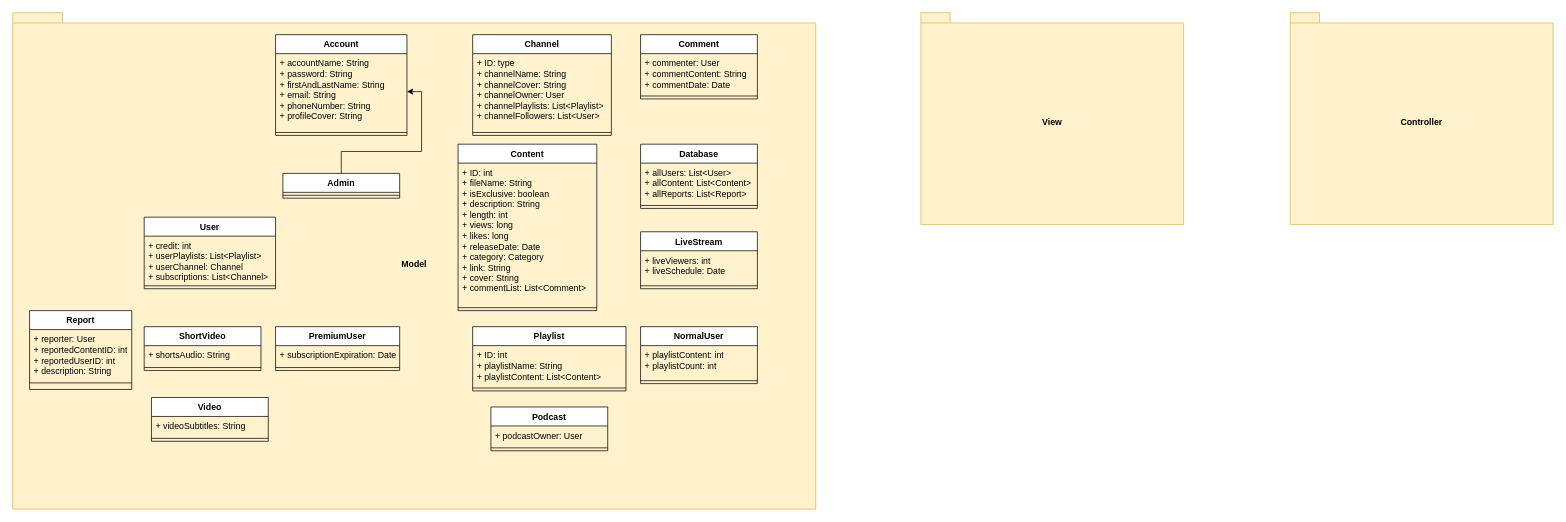
Before: Video Player.drawio in DanDCool/UML-graph-for-the-Video-Player-project, a draw.io diagram. Source tidied: cells renumbered, new cells numbered last; positions are measured from the earlier drawing's top-left corner, leaving out a move shared by most shapes. Both pictures are drawn from the tidied source at 73%, with x=0, y=0 at pixel (12, 12).
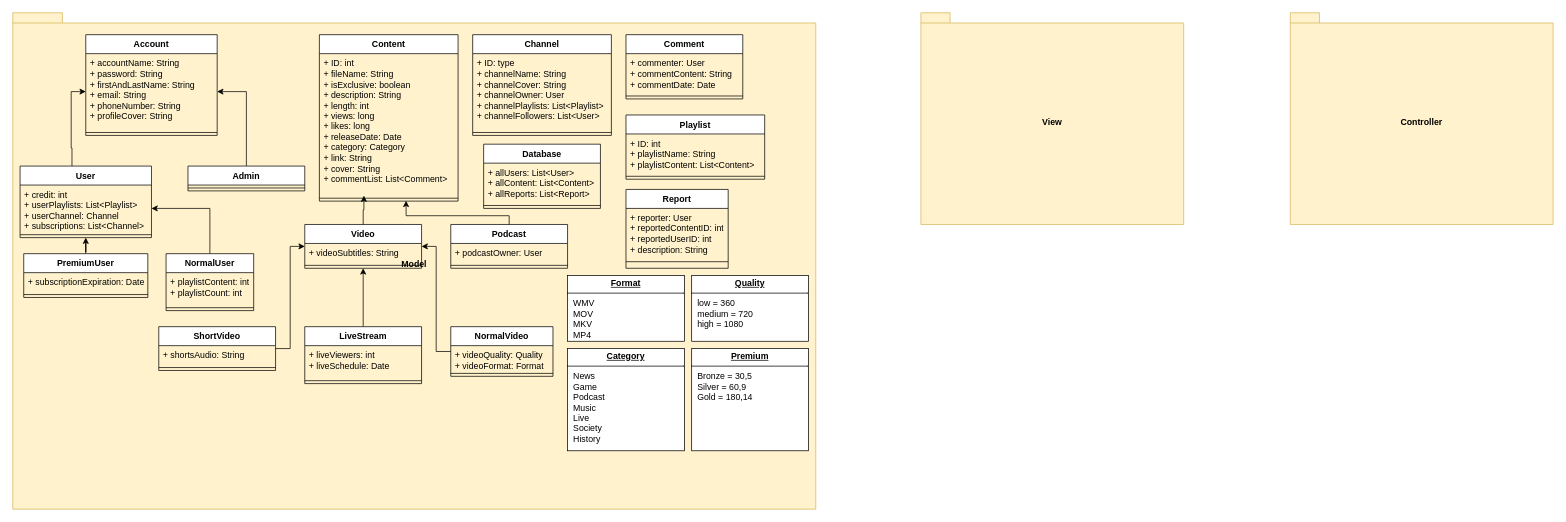
Above is the later version.

Commit message:
Added Enums and Inheritance

Unchanged cells that the change refers to:
```xml
<mxCell id="6" value="+ accountName: String&lt;div&gt;+ password:&amp;nbsp;&lt;span style=&quot;background-color: transparent; color: light-dark(rgb(0, 0, 0), rgb(255, 255, 255));&quot;&gt;String&lt;/span&gt;&lt;/div&gt;&lt;div&gt;+ firstAndLastName:&amp;nbsp;&lt;span style=&quot;background-color: transparent; color: light-dark(rgb(0, 0, 0), rgb(255, 255, 255));&quot;&gt;String&lt;/span&gt;&lt;/div&gt;&lt;div&gt;+ email:&amp;nbsp;&lt;span style=&quot;background-color: transparent; color: light-dark(rgb(0, 0, 0), rgb(255, 255, 255));&quot;&gt;String&lt;/span&gt;&lt;/div&gt;&lt;div&gt;+ phoneNumber:&amp;nbsp;&lt;span style=&quot;background-color: transparent; color: light-dark(rgb(0, 0, 0), rgb(255, 255, 255));&quot;&gt;String&lt;/span&gt;&lt;/div&gt;&lt;div&gt;+ profileCover:&amp;nbsp;&lt;span style=&quot;background-color: transparent; color: light-dark(rgb(0, 0, 0), rgb(255, 255, 255));&quot;&gt;String&lt;/span&gt;&lt;/div&gt;" style="text;strokeColor=none;fillColor=none;align=left;verticalAlign=top;spacingLeft=4;spacingRight=4;overflow=hidden;points=[[0,0.5],[1,0.5]];portConstraint=eastwest;whiteSpace=wrap;html=1;" parent="5" vertex="1">
  <mxGeometry y="26" width="180" height="104" as="geometry" />
</mxCell>
<mxCell id="18" value="+ ID: int&lt;div&gt;+ fileName: String&lt;/div&gt;&lt;div&gt;+ isExclusive: boolean&lt;/div&gt;&lt;div&gt;+ description: String&lt;/div&gt;&lt;div&gt;+ length: int&lt;/div&gt;&lt;div&gt;+ views: long&lt;/div&gt;&lt;div&gt;+ likes: long&lt;/div&gt;&lt;div&gt;+ releaseDate: Date&lt;/div&gt;&lt;div&gt;+ category: Category&lt;/div&gt;&lt;div&gt;+ link: String&lt;/div&gt;&lt;div&gt;+ cover: String&lt;/div&gt;&lt;div&gt;+ commentList: List&amp;lt;Comment&amp;gt;&lt;/div&gt;" style="text;strokeColor=none;fillColor=none;align=left;verticalAlign=top;spacingLeft=4;spacingRight=4;overflow=hidden;points=[[0,0.5],[1,0.5]];portConstraint=eastwest;whiteSpace=wrap;html=1;" parent="17" vertex="1">
  <mxGeometry y="26" width="190" height="194" as="geometry" />
</mxCell>
<mxCell id="19" style="line;strokeWidth=1;fillColor=none;align=left;verticalAlign=middle;spacingTop=-1;spacingLeft=3;spacingRight=3;labelPosition=right;points=[];portConstraint=eastwest;strokeColor=inherit;" parent="17" vertex="1">
  <mxGeometry y="220" width="190" height="8" as="geometry" />
</mxCell>
<mxCell id="45" value="+ credit: int&lt;div&gt;+ userPlaylists: List&amp;lt;Playlist&amp;gt;&lt;/div&gt;&lt;div&gt;+ userChannel: Channel&lt;/div&gt;&lt;div&gt;+ subscriptions: List&amp;lt;Channel&amp;gt;&lt;/div&gt;" style="text;strokeColor=none;fillColor=none;align=left;verticalAlign=top;spacingLeft=4;spacingRight=4;overflow=hidden;points=[[0,0.5],[1,0.5]];portConstraint=eastwest;whiteSpace=wrap;html=1;" parent="44" vertex="1">
  <mxGeometry y="26" width="180" height="64" as="geometry" />
</mxCell>
```

Diff of the diagram source:
```diff
@@
     <mxCell id="5" value="Account" style="swimlane;fontStyle=1;align=center;verticalAlign=top;horizontal=1;startSize=26;whiteSpace=wrap;html=1;" parent="1" vertex="1">
-      <mxGeometry x="360" y="30" width="180" height="138" as="geometry" />
+      <mxGeometry x="100" y="30" width="180" height="138" as="geometry" />
     </mxCell>
@@
     <mxCell id="9" value="Admin&lt;div&gt;&lt;br&gt;&lt;/div&gt;" style="swimlane;fontStyle=1;align=center;verticalAlign=top;horizontal=1;startSize=26;whiteSpace=wrap;html=1;" parent="1" vertex="1">
-      <mxGeometry x="370" y="220" width="160" height="34" as="geometry" />
+      <mxGeometry x="240" y="210" width="160" height="34" as="geometry" />
     </mxCell>
@@
     <mxCell id="14" value="Comment" style="swimlane;fontStyle=1;align=center;verticalAlign=top;horizontal=1;startSize=26;whiteSpace=wrap;html=1;" parent="1" vertex="1">
-      <mxGeometry x="860" y="30" width="160" height="88" as="geometry" />
+      <mxGeometry x="840" y="30" width="160" height="88" as="geometry" />
     </mxCell>
@@
     <mxCell id="17" value="Content&lt;div&gt;&lt;br&gt;&lt;/div&gt;" style="swimlane;fontStyle=1;align=center;verticalAlign=top;horizontal=1;startSize=26;whiteSpace=wrap;html=1;" parent="1" vertex="1">
-      <mxGeometry x="610" y="180" width="190" height="228" as="geometry" />
+      <mxGeometry x="420" y="30" width="190" height="228" as="geometry" />
     </mxCell>
@@
     <mxCell id="20" value="Database" style="swimlane;fontStyle=1;align=center;verticalAlign=top;horizontal=1;startSize=26;whiteSpace=wrap;html=1;" parent="1" vertex="1">
-      <mxGeometry x="860" y="180" width="160" height="88" as="geometry" />
+      <mxGeometry x="645" y="180" width="160" height="88" as="geometry" />
     </mxCell>
@@
+    <mxCell id="50" style="edgeStyle=orthogonalEdgeStyle;rounded=0;jettySize=auto;html=1;entryX=0.5;entryY=1;entryDx=0;entryDy=0;" parent="1" edge="1" source="23" target="47">
+      <mxGeometry relative="1" as="geometry" />
+    </mxCell>
     <mxCell id="23" value="LiveStream" style="swimlane;fontStyle=1;align=center;verticalAlign=top;horizontal=1;startSize=26;whiteSpace=wrap;html=1;" parent="1" vertex="1">
-      <mxGeometry x="860" y="300" width="160" height="78" as="geometry" />
+      <mxGeometry x="400" y="430" width="160" height="78" as="geometry" />
     </mxCell>
@@
+    <mxCell id="51" style="edgeStyle=orthogonalEdgeStyle;rounded=0;jettySize=auto;html=1;entryX=1;entryY=0.5;entryDx=0;entryDy=0;" parent="1" edge="1" source="26" target="45">
+      <mxGeometry relative="1" as="geometry" />
+    </mxCell>
     <mxCell id="26" value="NormalUser" style="swimlane;fontStyle=1;align=center;verticalAlign=top;horizontal=1;startSize=26;whiteSpace=wrap;html=1;" parent="1" vertex="1">
-      <mxGeometry x="860" y="430" width="160" height="78" as="geometry" />
+      <mxGeometry x="210" y="330" width="120" height="78" as="geometry" />
     </mxCell>
     <mxCell id="27" value="+ playlistContent: int&lt;div&gt;+ playlistCount: int&lt;/div&gt;" style="text;strokeColor=none;fillColor=none;align=left;verticalAlign=top;spacingLeft=4;spacingRight=4;overflow=hidden;whiteSpace=wrap;html=1;" parent="26" vertex="1">
-      <mxGeometry y="26" width="160" height="44" as="geometry" />
+      <mxGeometry y="26" width="120" height="44" as="geometry" />
     </mxCell>
     <mxCell id="28" style="line;strokeWidth=1;fillColor=none;align=left;verticalAlign=middle;spacingTop=-1;spacingLeft=3;spacingRight=3;labelPosition=right;strokeColor=inherit;" parent="26" vertex="1">
-      <mxGeometry y="70" width="160" height="8" as="geometry" />
+      <mxGeometry y="70" width="120" height="8" as="geometry" />
     </mxCell>
     <mxCell id="29" value="Playlist" style="swimlane;fontStyle=1;align=center;verticalAlign=top;horizontal=1;startSize=26;whiteSpace=wrap;html=1;" parent="1" vertex="1">
-      <mxGeometry x="630" y="430" width="210" height="88" as="geometry" />
+      <mxGeometry x="840" y="140" width="190" height="88" as="geometry" />
     </mxCell>
     <mxCell id="30" value="+ ID: int&lt;div&gt;+ playlistName: String&lt;/div&gt;&lt;div&gt;+ playlistContent: List&amp;lt;Content&amp;gt;&lt;/div&gt;" style="text;strokeColor=none;fillColor=none;align=left;verticalAlign=top;spacingLeft=4;spacingRight=4;overflow=hidden;whiteSpace=wrap;html=1;" parent="29" vertex="1">
-      <mxGeometry y="26" width="210" height="54" as="geometry" />
+      <mxGeometry y="26" width="190" height="54" as="geometry" />
     </mxCell>
     <mxCell id="31" style="line;strokeWidth=1;fillColor=none;align=left;verticalAlign=middle;spacingTop=-1;spacingLeft=3;spacingRight=3;labelPosition=right;strokeColor=inherit;" parent="29" vertex="1">
-      <mxGeometry y="80" width="210" height="8" as="geometry" />
+      <mxGeometry y="80" width="190" height="8" as="geometry" />
     </mxCell>
     <mxCell id="32" value="Podcast" style="swimlane;fontStyle=1;align=center;verticalAlign=top;horizontal=1;startSize=26;whiteSpace=wrap;html=1;" parent="1" vertex="1">
-      <mxGeometry x="655" y="540" width="160" height="60" as="geometry" />
+      <mxGeometry x="600" y="290" width="160" height="60" as="geometry" />
     </mxCell>
@@
+    <mxCell id="52" style="edgeStyle=orthogonalEdgeStyle;rounded=0;jettySize=auto;html=1;entryX=0.5;entryY=1;entryDx=0;entryDy=0;" parent="1" edge="1" source="35" target="44">
+      <mxGeometry relative="1" as="geometry" />
+    </mxCell>
     <mxCell id="35" value="PremiumUser" style="swimlane;fontStyle=1;align=center;verticalAlign=top;horizontal=1;startSize=26;whiteSpace=wrap;html=1;" parent="1" vertex="1">
-      <mxGeometry x="360" y="430" width="170" height="60" as="geometry" />
+      <mxGeometry x="15" y="330" width="170" height="60" as="geometry" />
     </mxCell>
@@
     <mxCell id="38" value="Report" style="swimlane;fontStyle=1;align=center;verticalAlign=top;horizontal=1;startSize=26;whiteSpace=wrap;html=1;" parent="1" vertex="1">
-      <mxGeometry x="23" y="408" width="140" height="108" as="geometry" />
+      <mxGeometry x="840" y="242" width="140" height="108" as="geometry" />
     </mxCell>
@@
+    <mxCell id="53" style="edgeStyle=orthogonalEdgeStyle;rounded=0;jettySize=auto;html=1;entryX=0;entryY=0.5;entryDx=0;entryDy=0;" parent="1" edge="1" source="41" target="47">
+      <mxGeometry relative="1" as="geometry">
+        <Array as="points">
+          <mxPoint x="380" y="460" />
+          <mxPoint x="380" y="320" />
+        </Array>
+      </mxGeometry>
+    </mxCell>
     <mxCell id="41" value="ShortVideo" style="swimlane;fontStyle=1;align=center;verticalAlign=top;horizontal=1;startSize=26;whiteSpace=wrap;html=1;" parent="1" vertex="1">
-      <mxGeometry x="180" y="430" width="160" height="60" as="geometry" />
+      <mxGeometry x="200" y="430" width="160" height="60" as="geometry" />
     </mxCell>
@@
+    <mxCell id="54" style="edgeStyle=orthogonalEdgeStyle;rounded=0;jettySize=auto;html=1;entryX=0;entryY=0.5;entryDx=0;entryDy=0;exitX=0.395;exitY=0.029;exitDx=0;exitDy=0;exitPerimeter=0;" parent="1" edge="1" source="44" target="6">
+      <mxGeometry relative="1" as="geometry">
+        <Array as="points">
+          <mxPoint x="80" y="185" />
+          <mxPoint x="80" y="108" />
+        </Array>
+      </mxGeometry>
+    </mxCell>
     <mxCell id="44" value="User" style="swimlane;fontStyle=1;align=center;verticalAlign=top;horizontal=1;startSize=26;whiteSpace=wrap;html=1;" parent="1" vertex="1">
-      <mxGeometry x="180" y="280" width="180" height="98" as="geometry" />
+      <mxGeometry x="10" y="210" width="180" height="98" as="geometry" />
     </mxCell>
@@
     <mxCell id="47" value="Video" style="swimlane;fontStyle=1;align=center;verticalAlign=top;horizontal=1;startSize=26;whiteSpace=wrap;html=1;" parent="1" vertex="1">
-      <mxGeometry x="190" y="527" width="160" height="60" as="geometry" />
+      <mxGeometry x="400" y="290" width="160" height="60" as="geometry" />
     </mxCell>
@@
+    <mxCell id="55" style="edgeStyle=orthogonalEdgeStyle;rounded=0;jettySize=auto;html=1;entryX=1;entryY=0.5;entryDx=0;entryDy=0;" parent="1" edge="1" source="56" target="47">
+      <mxGeometry relative="1" as="geometry" />
+    </mxCell>
+    <mxCell id="56" value="NormalVideo" style="swimlane;fontStyle=1;align=center;verticalAlign=top;horizontal=1;startSize=26;whiteSpace=wrap;html=1;" parent="1" vertex="1">
+      <mxGeometry x="600" y="430" width="140" height="68" as="geometry" />
+    </mxCell>
+    <mxCell id="57" value="+ videoQuality: Quality&lt;div&gt;+ videoFormat: Format&lt;/div&gt;" style="text;strokeColor=none;fillColor=none;align=left;verticalAlign=top;spacingLeft=4;spacingRight=4;overflow=hidden;whiteSpace=wrap;html=1;" parent="56" vertex="1">
+      <mxGeometry y="26" width="140" height="34" as="geometry" />
+    </mxCell>
+    <mxCell id="58" style="line;strokeWidth=1;fillColor=none;align=left;verticalAlign=middle;spacingTop=-1;spacingLeft=3;spacingRight=3;labelPosition=right;strokeColor=inherit;" parent="56" vertex="1">
+      <mxGeometry y="60" width="140" height="8" as="geometry" />
+    </mxCell>
+    <mxCell id="59" style="edgeStyle=orthogonalEdgeStyle;rounded=0;jettySize=auto;html=1;entryX=0.321;entryY=1.002;entryDx=0;entryDy=0;entryPerimeter=0;" parent="1" edge="1" source="47" target="18">
+      <mxGeometry relative="1" as="geometry" />
+    </mxCell>
+    <mxCell id="60" style="edgeStyle=orthogonalEdgeStyle;rounded=0;jettySize=auto;html=1;entryX=0.625;entryY=0.941;entryDx=0;entryDy=0;entryPerimeter=0;" parent="1" edge="1" source="32" target="19">
+      <mxGeometry relative="1" as="geometry">
+        <Array as="points">
+          <mxPoint x="680" y="278" />
+          <mxPoint x="539" y="278" />
+        </Array>
+      </mxGeometry>
+    </mxCell>
+    <mxCell id="61" value="&lt;p style=&quot;margin:0px;margin-top:4px;text-align:center;text-decoration:underline;&quot;&gt;&lt;b&gt;Format&lt;/b&gt;&lt;/p&gt;&lt;hr size=&quot;1&quot; style=&quot;border-style:solid;&quot;&gt;&lt;p style=&quot;margin:0px;margin-left:8px;&quot;&gt;WMV&lt;/p&gt;&lt;p style=&quot;margin:0px;margin-left:8px;&quot;&gt;MOV&lt;/p&gt;&lt;p style=&quot;margin:0px;margin-left:8px;&quot;&gt;MKV&lt;/p&gt;&lt;p style=&quot;margin:0px;margin-left:8px;&quot;&gt;MP4&lt;/p&gt;" style="verticalAlign=top;align=left;overflow=fill;html=1;whiteSpace=wrap;" parent="1" vertex="1">
+      <mxGeometry x="760" y="360" width="160" height="90" as="geometry" />
+    </mxCell>
+    <mxCell id="62" value="&lt;p style=&quot;margin:0px;margin-top:4px;text-align:center;text-decoration:underline;&quot;&gt;&lt;b&gt;Quality&lt;/b&gt;&lt;/p&gt;&lt;hr size=&quot;1&quot; style=&quot;border-style:solid;&quot;&gt;&lt;p style=&quot;margin:0px;margin-left:8px;&quot;&gt;low = 360&lt;/p&gt;&lt;p style=&quot;margin:0px;margin-left:8px;&quot;&gt;medium = 720&lt;/p&gt;&lt;p style=&quot;margin:0px;margin-left:8px;&quot;&gt;high = 1080&lt;/p&gt;" style="verticalAlign=top;align=left;overflow=fill;html=1;whiteSpace=wrap;" parent="1" vertex="1">
+      <mxGeometry x="930" y="360" width="160" height="90" as="geometry" />
+    </mxCell>
+    <mxCell id="63" value="&lt;p style=&quot;margin:0px;margin-top:4px;text-align:center;text-decoration:underline;&quot;&gt;&lt;b&gt;Category&lt;/b&gt;&lt;/p&gt;&lt;hr size=&quot;1&quot; style=&quot;border-style:solid;&quot;&gt;&lt;p style=&quot;margin:0px;margin-left:8px;&quot;&gt;News&lt;/p&gt;&lt;p style=&quot;margin:0px;margin-left:8px;&quot;&gt;Game&lt;/p&gt;&lt;p style=&quot;margin:0px;margin-left:8px;&quot;&gt;Podcast&lt;/p&gt;&lt;p style=&quot;margin:0px;margin-left:8px;&quot;&gt;Music&lt;/p&gt;&lt;p style=&quot;margin:0px;margin-left:8px;&quot;&gt;Live&lt;/p&gt;&lt;p style=&quot;margin:0px;margin-left:8px;&quot;&gt;Society&lt;/p&gt;&lt;p style=&quot;margin:0px;margin-left:8px;&quot;&gt;History&lt;/p&gt;" style="verticalAlign=top;align=left;overflow=fill;html=1;whiteSpace=wrap;" parent="1" vertex="1">
+      <mxGeometry x="760" y="460" width="160" height="140" as="geometry" />
+    </mxCell>
+    <mxCell id="64" value="&lt;p style=&quot;margin:0px;margin-top:4px;text-align:center;text-decoration:underline;&quot;&gt;&lt;b&gt;Premium&lt;/b&gt;&lt;/p&gt;&lt;hr size=&quot;1&quot; style=&quot;border-style:solid;&quot;&gt;&lt;p style=&quot;margin:0px;margin-left:8px;&quot;&gt;Bronze = 30,5&lt;/p&gt;&lt;p style=&quot;margin:0px;margin-left:8px;&quot;&gt;Silver = 60,9&lt;/p&gt;&lt;p style=&quot;margin:0px;margin-left:8px;&quot;&gt;Gold = 180,14&lt;/p&gt;" style="verticalAlign=top;align=left;overflow=fill;html=1;whiteSpace=wrap;" parent="1" vertex="1">
+      <mxGeometry x="930" y="460" width="160" height="140" as="geometry" />
+    </mxCell>
```
